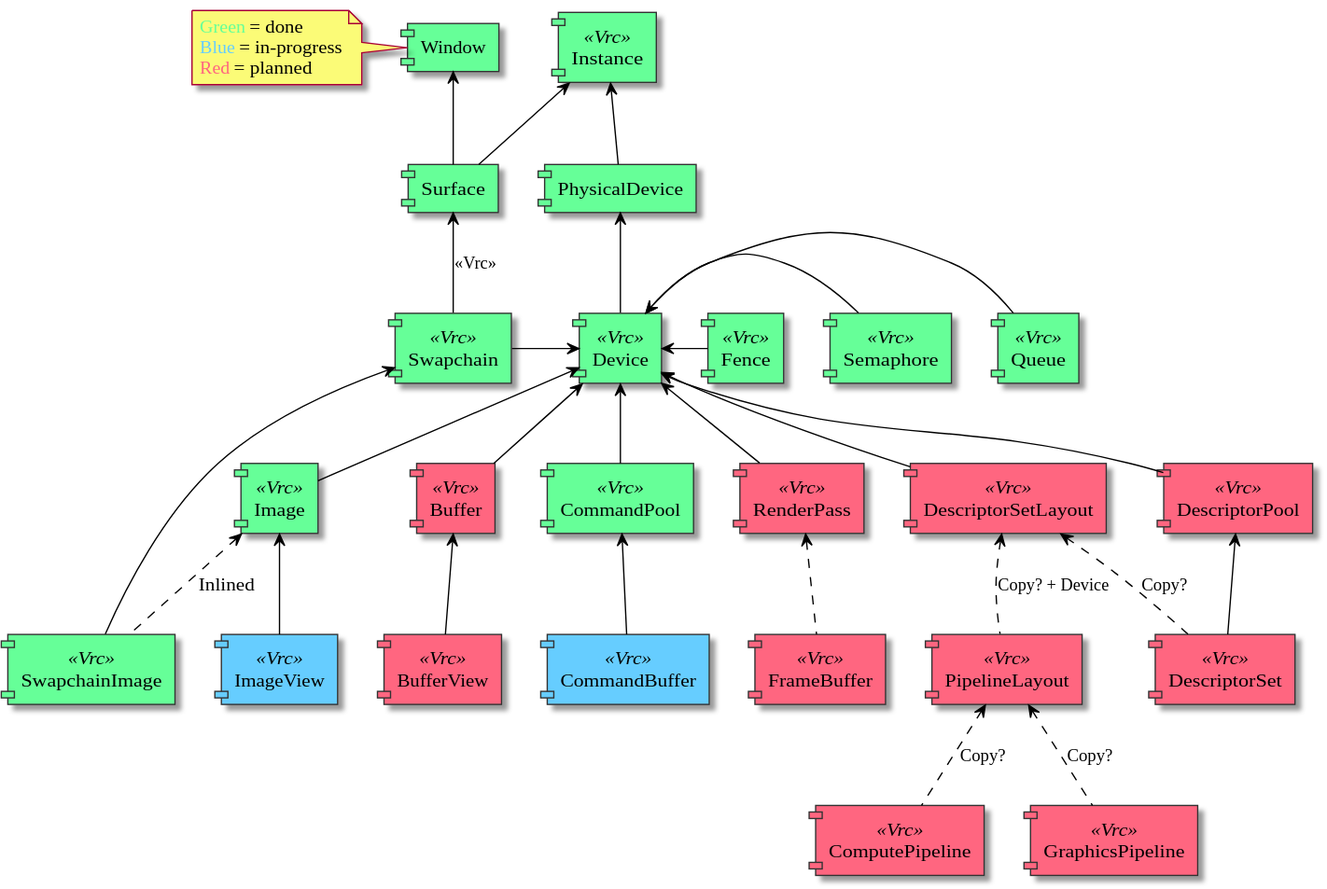
This is media/object_dependency_graph.svg from vulkayes/vulkayes-thesis, a PlantUML export, as it was before one commit.
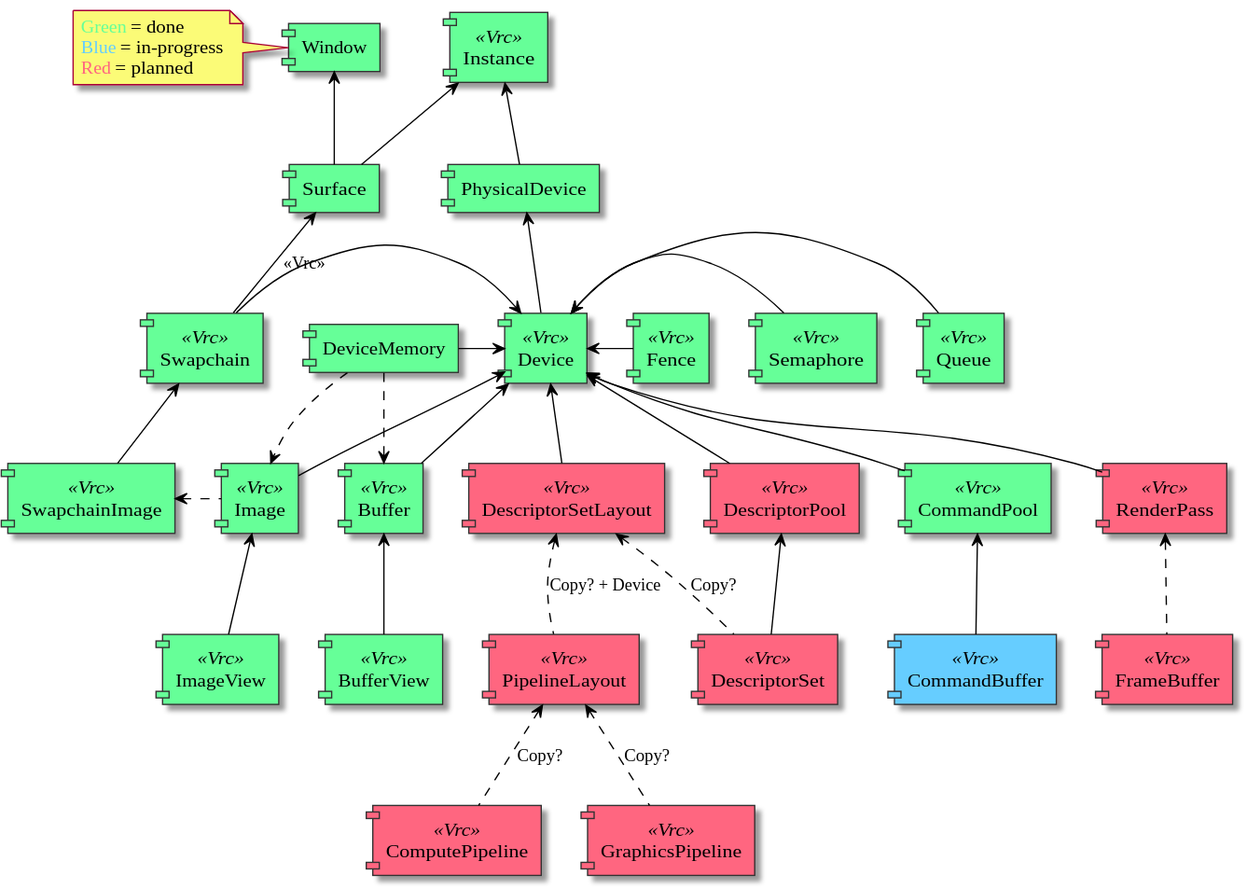
The same diagram one commit later.

What changed in the source:
```diff
@@ -26,11 +26,13 @@
 component [Swapchain] <<Vrc>> #66FF98
 component [SwapchainImage] <<Vrc>> #66FF98
 
+component [DeviceMemory] #66FF98
+
 component [Image] <<Vrc>> #66FF98
-component [Buffer] <<Vrc>> #FF6680
+component [Buffer] <<Vrc>> #66FF98
 
-component [ImageView] <<Vrc>> #66CDFF
-component [BufferView] <<Vrc>> #FF6680
+component [ImageView] <<Vrc>> #66FF98
+component [BufferView] <<Vrc>> #66FF98
 
 component [CommandPool] <<Vrc>> #66FF98
 component [CommandBuffer] <<Vrc>> #66CDFF
@@ -58,6 +60,7 @@
 
 [Device] <- [Queue]
 [Swapchain] -> [Device]
+[DeviceMemory] -> [Device]
 [Device] <-- [Image]
 [Device] <-- [Buffer]
 [Device] <-- [CommandPool]
@@ -69,7 +72,10 @@
 
 [Swapchain] <-- [SwapchainImage]
 
-[Image] <.. [SwapchainImage] : Inlined
+[DeviceMemory] ..> [Image]
+[DeviceMemory] ..> [Buffer]
+
+[SwapchainImage] <. [Image]
 [Image] <-- [ImageView]
 [Buffer] <-- [BufferView]
 
```
